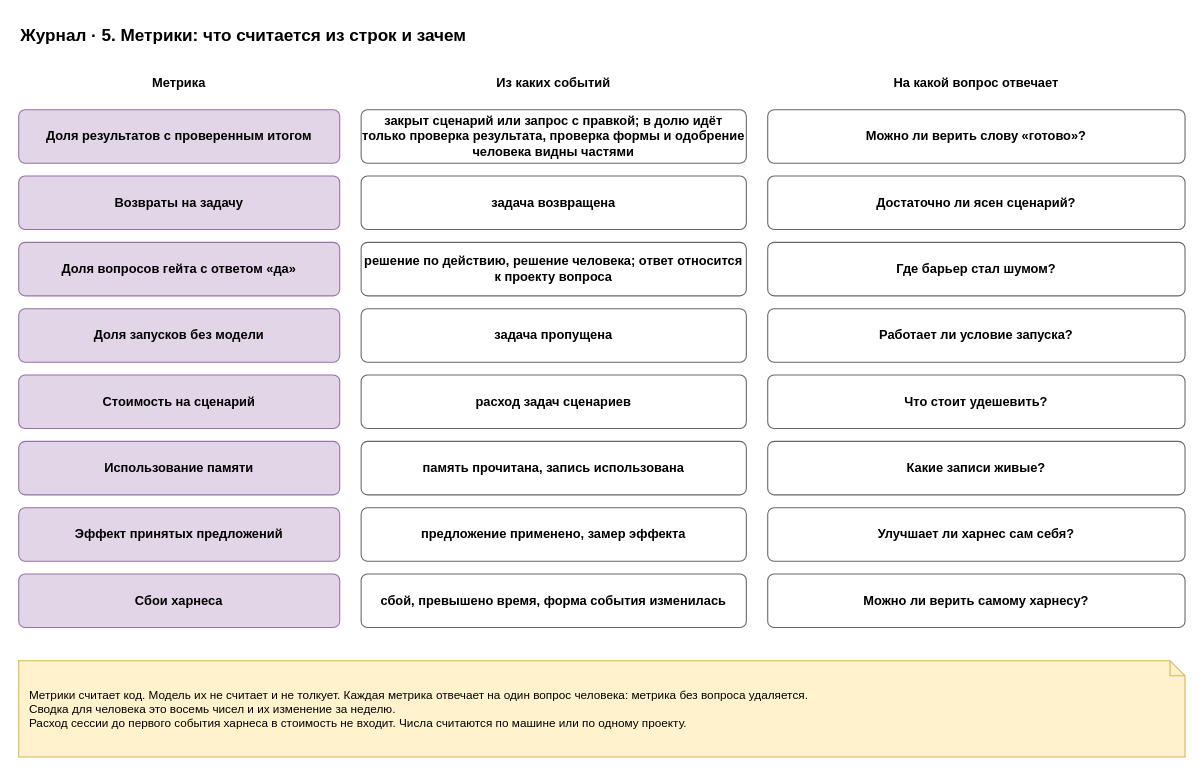
Above: page "5. Метрики" (5 of 6) of docs/spec/harness-journal.drawio in roygkov/reins (draw.io), before the change. Source tidied: cells renumbered, new cells numbered last; positions are measured from the earlier drawing's top-left corner, leaving out a move shared by most shapes. Both pictures are drawn from the tidied source at 107%, with x=0, y=0 at pixel (18, 18).
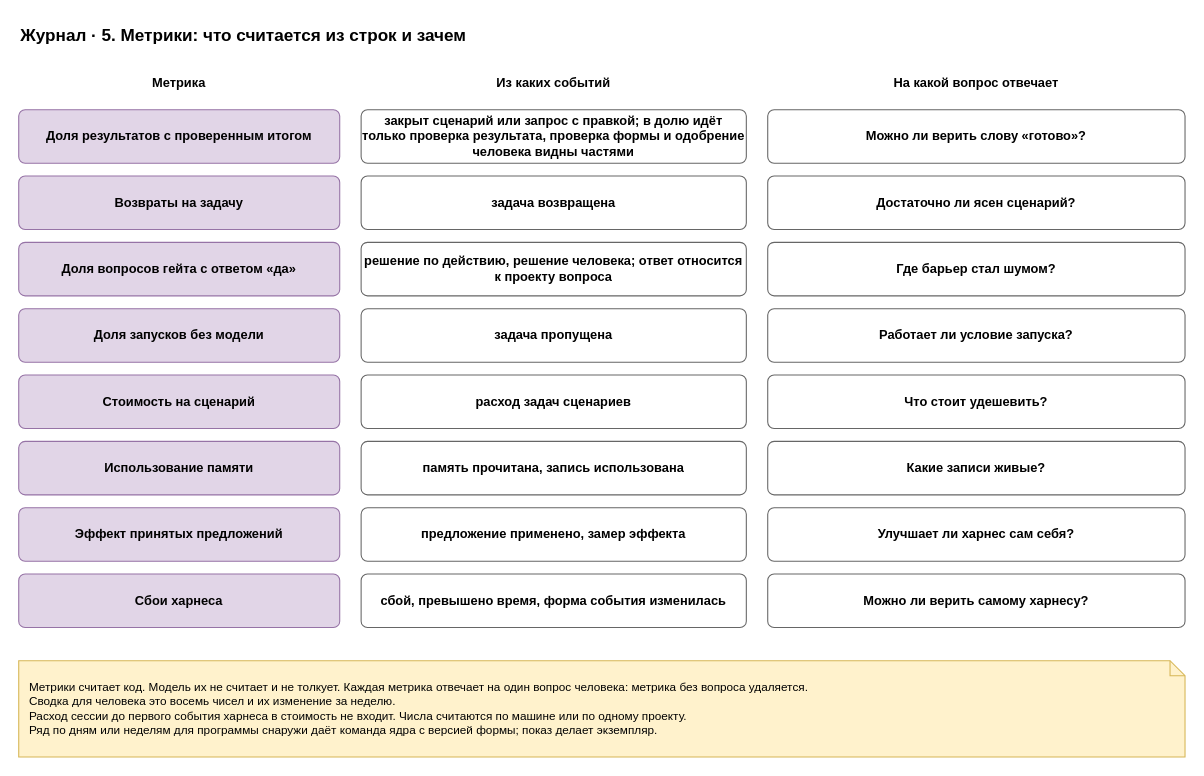
The same diagram, later.

Change to the diagram source:
```diff
@@
-    <mxCell id="30" value="Метрики считает код. Модель их не считает и не толкует. Каждая метрика отвечает на один вопрос человека: метрика без вопроса удаляется.&lt;br&gt;Сводка для человека это восемь чисел и их изменение за неделю.&lt;br&gt;Расход сессии до первого события харнеса в стоимость не входит. Числа считаются по машине или по одному проекту." style="shape=note;whiteSpace=wrap;html=1;backgroundOutline=1;size=14;fillColor=#fff2cc;strokeColor=#d6b656;align=left;spacingLeft=8;spacingRight=8;fontSize=11;" parent="1" vertex="1">
+    <mxCell id="30" value="Метрики считает код. Модель их не считает и не толкует. Каждая метрика отвечает на один вопрос человека: метрика без вопроса удаляется.&lt;br&gt;Сводка для человека это восемь чисел и их изменение за неделю.&lt;br&gt;Расход сессии до первого события харнеса в стоимость не входит. Числа считаются по машине или по одному проекту.&lt;br&gt;Ряд по дням или неделям для программы снаружи даёт команда ядра с версией формы; показ делает экземпляр." style="shape=note;whiteSpace=wrap;html=1;backgroundOutline=1;size=14;fillColor=#fff2cc;strokeColor=#d6b656;align=left;spacingLeft=8;spacingRight=8;fontSize=11;" parent="1" vertex="1">
       <mxGeometry y="600" width="1090" height="90" as="geometry" />
     </mxCell>
```
